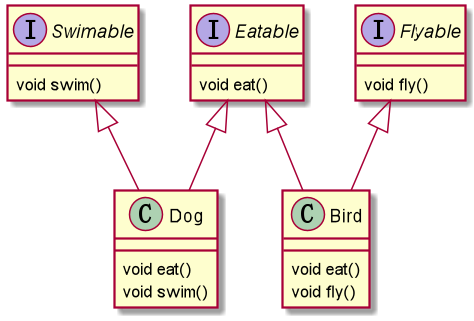
Drintau/StudyRepository keeps this PlantUML diagram as doc/images/principle/接口隔离原则正例.png. Above is the earlier version. Its source is kept beside it as doc/UML/principle/接口隔离原则正例.puml.
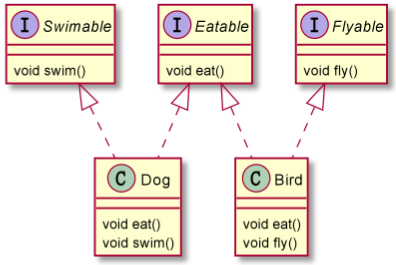
After the commit.

Change to the diagram source:
```diff
@@ -22,9 +22,9 @@
     void fly()
 }
 
-Eatable <|-- Dog
-Swimable <|-- Dog
-Eatable <|-- Bird
-Flyable <|-- Bird
+Eatable <|.. Dog
+Swimable <|.. Dog
+Eatable <|.. Bird
+Flyable <|.. Bird
 
 @enduml
```
